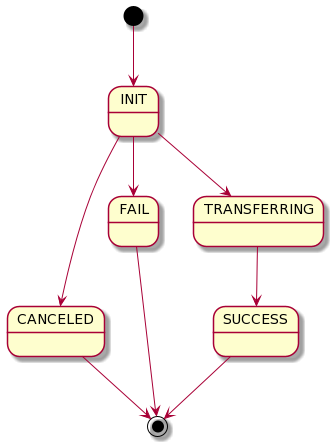
Before: Images/orderstatus.png, a diagram exported from PlantUML (khoavuong/LVTN_Report).
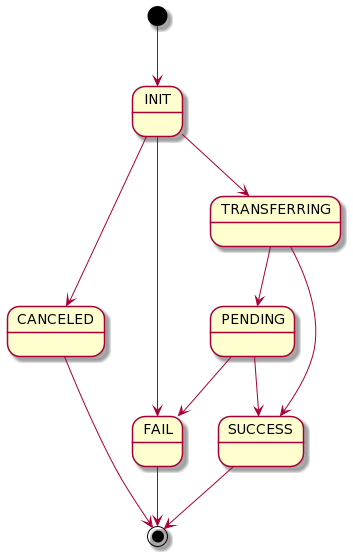
Above is the later version.

Commit message:
Upd order status diagram

What changed in the source:
```diff
@@ -5,10 +5,13 @@
 INIT --> FAIL
 INIT--> TRANSFERRING
 
-TRANSFERRING --> SUCCESS
+TRANSFERRING--> SUCCESS
+TRANSFERRING--> PENDING
 
+PENDING--> FAIL
+PENDING--> SUCCESS
 
+CANCELED --> [*]
+FAIL --> [*]
 SUCCESS --> [*]
-FAIL --> [*]
-CANCELED --> [*]
 @enduml
```
